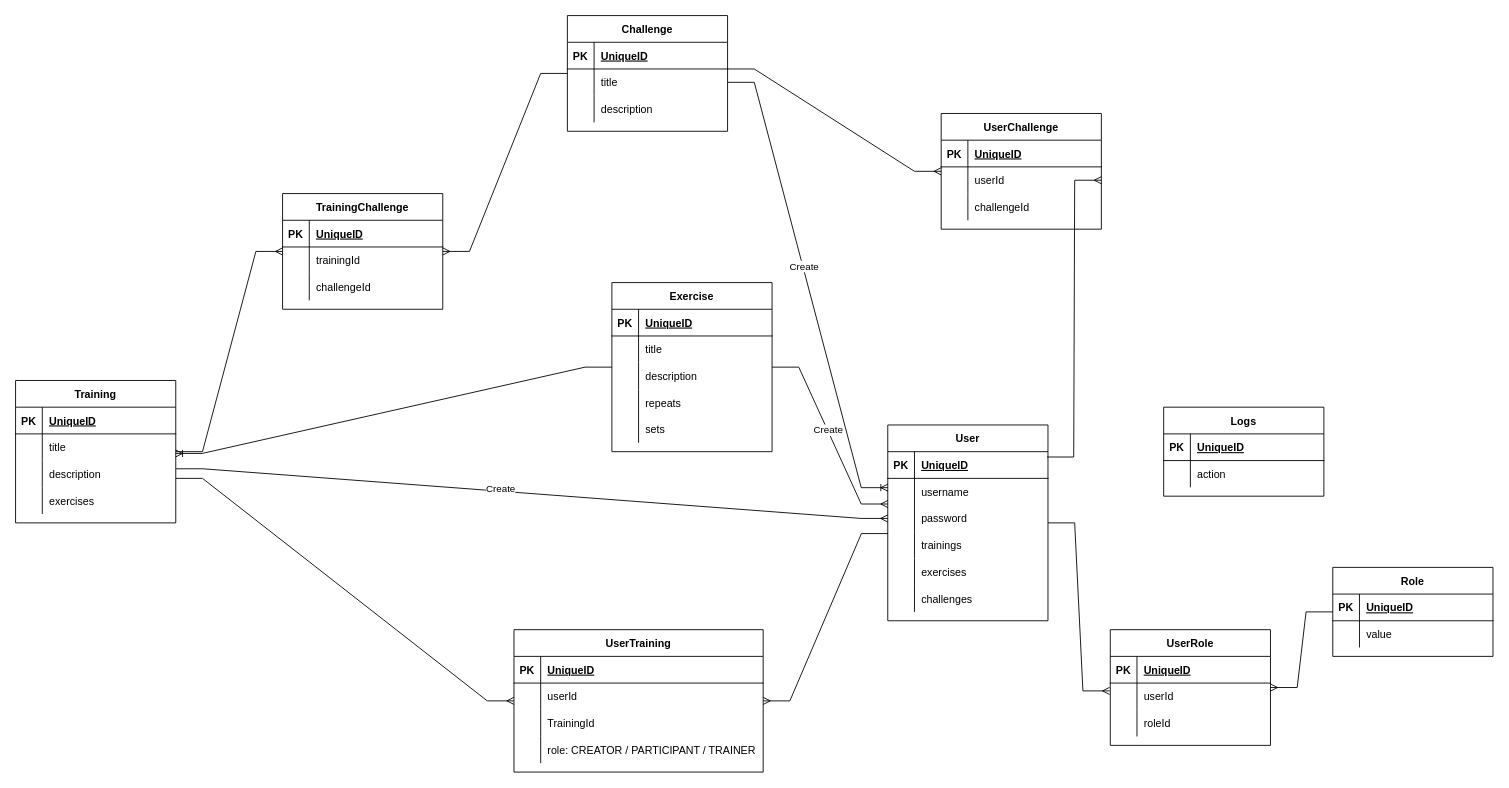
Dispersioned/blood-donations-backend keeps this draw.io diagram as db-training.drawio. Above is the earlier version. Source tidied: cells renumbered, new cells numbered last; positions are measured from the earlier drawing's top-left corner, leaving out a move shared by most shapes. Both pictures are drawn from the tidied source at 89%, with x=0, y=0 at pixel (15, 15).
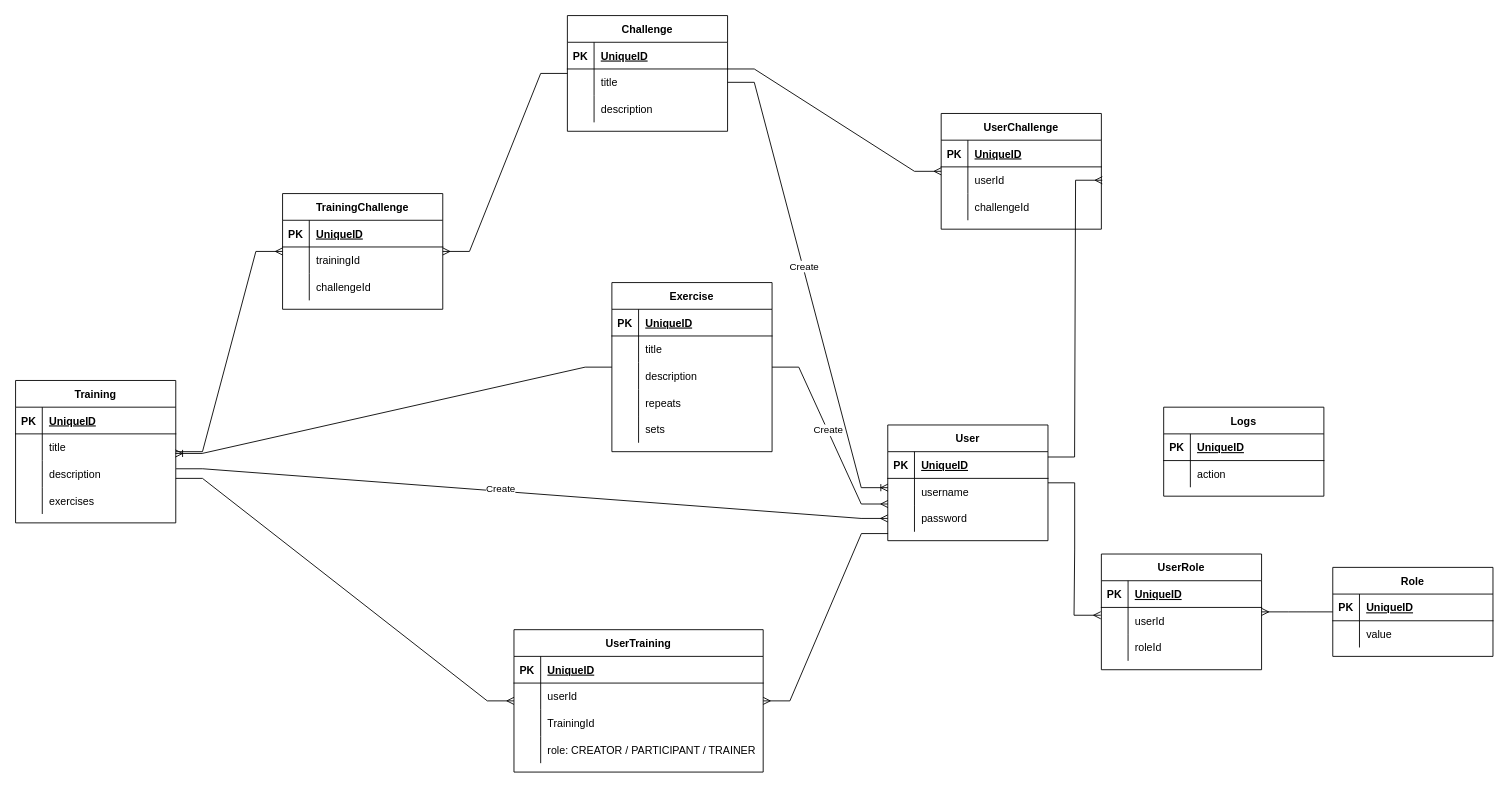
The same diagram, later.

The change refers to these unchanged cells:
```xml
<mxCell id="3" style="shape=tableRow;horizontal=0;startSize=0;swimlaneHead=0;swimlaneBody=0;fillColor=none;points=[[0,0.5],[1,0.5]];portConstraint=eastwest;top=0;left=0;right=0;bottom=1;" parent="2" vertex="1">
  <mxGeometry y="30" width="180" height="30" as="geometry" />
</mxCell>
<mxCell id="110" style="shape=tableRow;horizontal=0;startSize=0;swimlaneHead=0;swimlaneBody=0;fillColor=none;points=[[0,0.5],[1,0.5]];portConstraint=eastwest;top=0;left=0;right=0;bottom=0;" parent="106" vertex="1">
  <mxGeometry y="60" width="180" height="30" as="geometry" />
</mxCell>
```

Change to the diagram source:
```diff
@@
     <mxCell id="2" value="User" style="shape=table;startSize=30;childLayout=tableLayout;rowLines=0;fontStyle=1;align=center;" parent="1" vertex="1">
-      <mxGeometry x="980" y="460" width="180" height="220" as="geometry" />
+      <mxGeometry x="980" y="460" width="180" height="130" as="geometry" />
     </mxCell>
@@
-    <mxCell id="12" style="shape=tableRow;horizontal=0;startSize=0;swimlaneHead=0;swimlaneBody=0;fillColor=none;top=0;left=0;right=0;bottom=0;" parent="2" vertex="1">
-      <mxGeometry y="120" width="180" height="30" as="geometry" />
-    </mxCell>
-    <mxCell id="13" style="shape=partialRectangle;fillColor=none;top=0;left=0;bottom=0;right=0;overflow=hidden;" parent="12" vertex="1">
-      <mxGeometry width="30" height="30" as="geometry" />
-    </mxCell>
-    <mxCell id="14" value="trainings" style="shape=partialRectangle;fillColor=none;top=0;left=0;bottom=0;right=0;align=left;spacingLeft=6;overflow=hidden;" parent="12" vertex="1">
-      <mxGeometry x="30" width="150" height="30" as="geometry" />
-    </mxCell>
-    <mxCell id="15" style="shape=tableRow;horizontal=0;startSize=0;swimlaneHead=0;swimlaneBody=0;fillColor=none;top=0;left=0;right=0;bottom=0;" parent="2" vertex="1">
-      <mxGeometry y="150" width="180" height="30" as="geometry" />
-    </mxCell>
-    <mxCell id="16" style="shape=partialRectangle;fillColor=none;top=0;left=0;bottom=0;right=0;overflow=hidden;" parent="15" vertex="1">
-      <mxGeometry width="30" height="30" as="geometry" />
-    </mxCell>
-    <mxCell id="17" value="exercises" style="shape=partialRectangle;fillColor=none;top=0;left=0;bottom=0;right=0;align=left;spacingLeft=6;overflow=hidden;" parent="15" vertex="1">
-      <mxGeometry x="30" width="150" height="30" as="geometry" />
-    </mxCell>
-    <mxCell id="18" style="shape=tableRow;horizontal=0;startSize=0;swimlaneHead=0;swimlaneBody=0;fillColor=none;top=0;left=0;right=0;bottom=0;" parent="2" vertex="1">
-      <mxGeometry y="180" width="180" height="30" as="geometry" />
-    </mxCell>
-    <mxCell id="19" style="shape=partialRectangle;fillColor=none;top=0;left=0;bottom=0;right=0;overflow=hidden;" parent="18" vertex="1">
-      <mxGeometry width="30" height="30" as="geometry" />
-    </mxCell>
-    <mxCell id="20" value="challenges" style="shape=partialRectangle;fillColor=none;top=0;left=0;bottom=0;right=0;align=left;spacingLeft=6;overflow=hidden;" parent="18" vertex="1">
-      <mxGeometry x="30" width="150" height="30" as="geometry" />
-    </mxCell>
@@
     <mxCell id="28" value="UserRole" style="shape=table;startSize=30;childLayout=tableLayout;rowLines=0;fontStyle=1;align=center;" parent="1" vertex="1">
-      <mxGeometry x="1230" y="690" width="180" height="130" as="geometry" />
+      <mxGeometry x="1220" y="605" width="180" height="130" as="geometry" />
     </mxCell>
@@
-    <mxCell id="119" style="edgeStyle=entityRelationEdgeStyle;fontSize=12;html=1;endArrow=ERmany;rounded=0;exitX=0.994;exitY=0.2;exitDx=0;exitDy=0;exitPerimeter=0;entryX=1;entryY=0.5;entryDx=0;entryDy=0;" parent="1" edge="1" source="3" target="110">
-      <mxGeometry relative="1" as="geometry" />
+    <mxCell id="119" style="edgeStyle=entityRelationEdgeStyle;fontSize=12;html=1;endArrow=ERmany;rounded=0;exitX=0.994;exitY=0.2;exitDx=0;exitDy=0;exitPerimeter=0;entryX=1;entryY=0.5;entryDx=0;entryDy=0;" parent="1" edge="1">
+      <mxGeometry relative="1" as="geometry">
+        <mxPoint x="1159.9" y="496" as="sourcePoint" />
+        <mxPoint x="1221" y="185" as="targetPoint" />
+      </mxGeometry>
     </mxCell>
```
